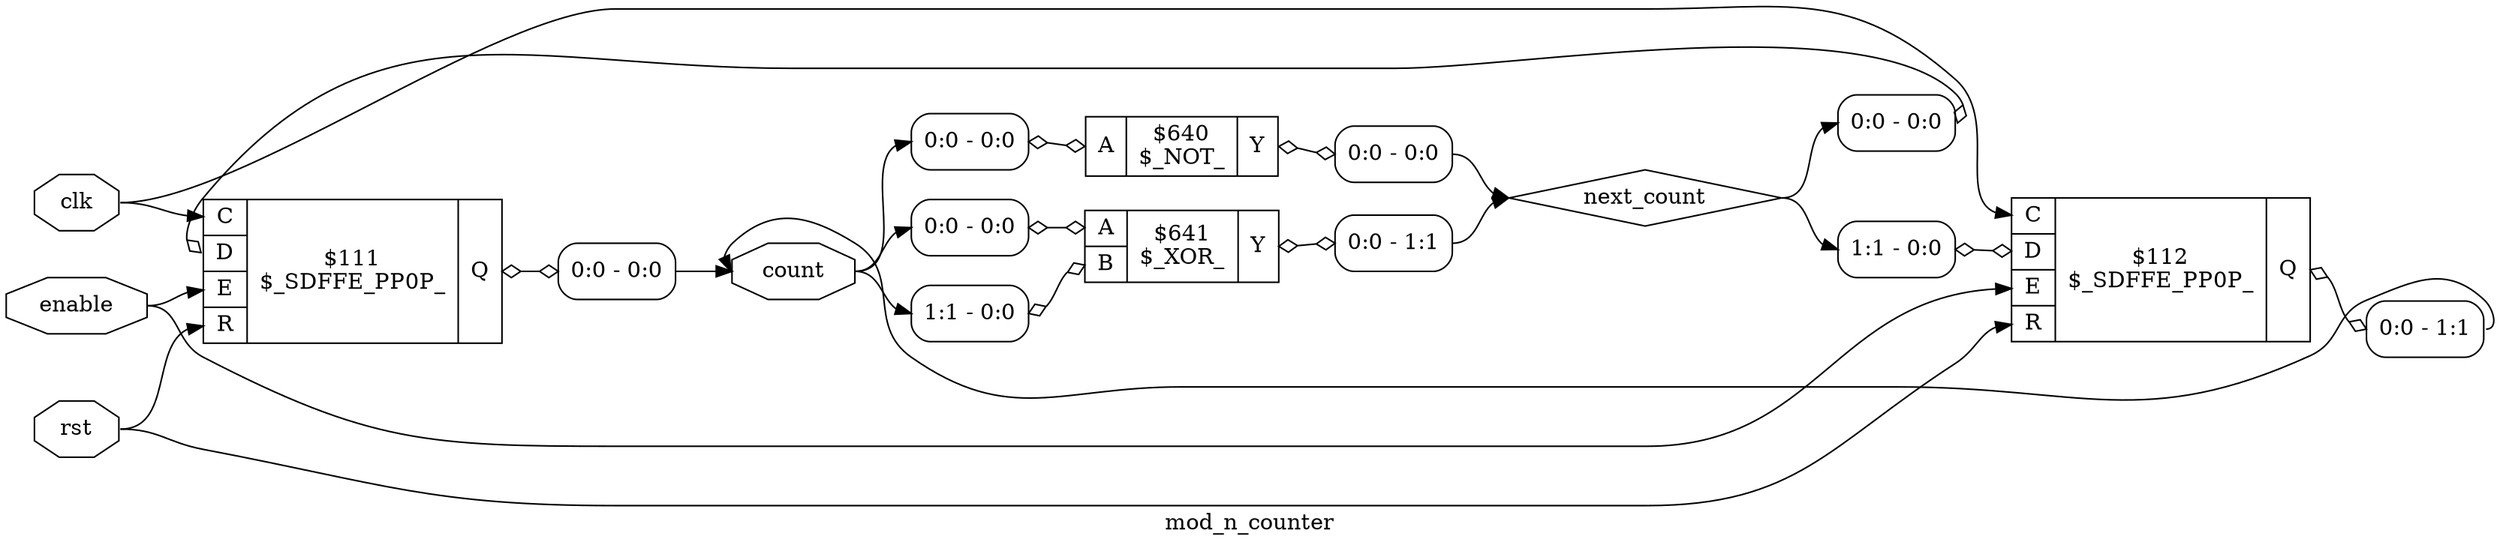
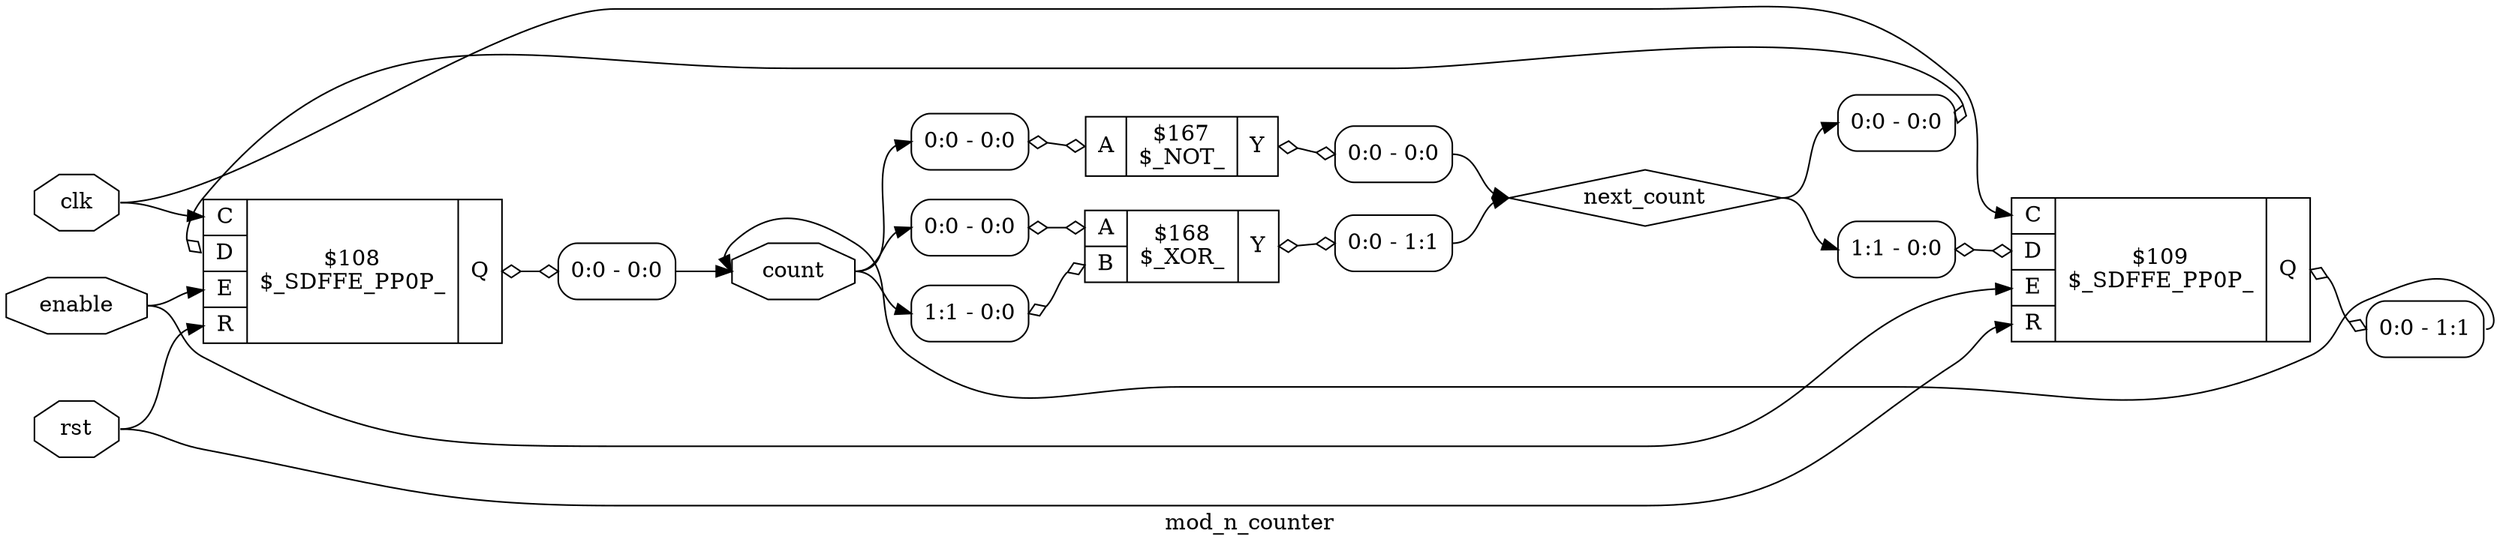
digraph "mod_n_counter" {
label="mod_n_counter";
rankdir="LR";
remincross=true;
n1 [ shape=octagon, label="clk", color="black", fontcolor="black" ];
n2 [ shape=octagon, label="count", color="black", fontcolor="black" ];
n3 [ shape=octagon, label="enable", color="black", fontcolor="black" ];
n4 [ shape=diamond, label="next_count", color="black", fontcolor="black" ];
n5 [ shape=octagon, label="rst", color="black", fontcolor="black" ];
- c8 [ shape=record, label="{{<p6> A}|$640\n$_NOT_|{<p7> Y}}",  ];
+ c8 [ shape=record, label="{{<p6> A}|$167\n$_NOT_|{<p7> Y}}",  ];
x0 [ shape=record, style=rounded, label="<s0> 0:0 - 0:0 ", color="black", fontcolor="black" ];
x0:e -> c8:p6:w [arrowhead=odiamond, arrowtail=odiamond, dir=both, color="black", fontcolor="black", label=""];
x1 [ shape=record, style=rounded, label="<s0> 0:0 - 0:0 ", color="black", fontcolor="black" ];
c8:p7:e -> x1:w [arrowhead=odiamond, arrowtail=odiamond, dir=both, color="black", fontcolor="black", label=""];
- c10 [ shape=record, label="{{<p6> A|<p9> B}|$641\n$_XOR_|{<p7> Y}}",  ];
+ c10 [ shape=record, label="{{<p6> A|<p9> B}|$168\n$_XOR_|{<p7> Y}}",  ];
x2 [ shape=record, style=rounded, label="<s0> 0:0 - 0:0 ", color="black", fontcolor="black" ];
x2:e -> c10:p6:w [arrowhead=odiamond, arrowtail=odiamond, dir=both, color="black", fontcolor="black", label=""];
x3 [ shape=record, style=rounded, label="<s0> 1:1 - 0:0 ", color="black", fontcolor="black" ];
x3:e -> c10:p9:w [arrowhead=odiamond, arrowtail=odiamond, dir=both, color="black", fontcolor="black", label=""];
x4 [ shape=record, style=rounded, label="<s0> 0:0 - 1:1 ", color="black", fontcolor="black" ];
c10:p7:e -> x4:w [arrowhead=odiamond, arrowtail=odiamond, dir=both, color="black", fontcolor="black", label=""];
- c16 [ shape=record, label="{{<p11> C|<p12> D|<p13> E|<p14> R}|$111\n$_SDFFE_PP0P_|{<p15> Q}}",  ];
+ c16 [ shape=record, label="{{<p11> C|<p12> D|<p13> E|<p14> R}|$108\n$_SDFFE_PP0P_|{<p15> Q}}",  ];
x5 [ shape=record, style=rounded, label="<s0> 0:0 - 0:0 ", color="black", fontcolor="black" ];
x5:e -> c16:p12:w [arrowhead=odiamond, arrowtail=odiamond, dir=both, color="black", fontcolor="black", label=""];
x6 [ shape=record, style=rounded, label="<s0> 0:0 - 0:0 ", color="black", fontcolor="black" ];
c16:p15:e -> x6:w [arrowhead=odiamond, arrowtail=odiamond, dir=both, color="black", fontcolor="black", label=""];
- c17 [ shape=record, label="{{<p11> C|<p12> D|<p13> E|<p14> R}|$112\n$_SDFFE_PP0P_|{<p15> Q}}",  ];
+ c17 [ shape=record, label="{{<p11> C|<p12> D|<p13> E|<p14> R}|$109\n$_SDFFE_PP0P_|{<p15> Q}}",  ];
x7 [ shape=record, style=rounded, label="<s0> 1:1 - 0:0 ", color="black", fontcolor="black" ];
x7:e -> c17:p12:w [arrowhead=odiamond, arrowtail=odiamond, dir=both, color="black", fontcolor="black", label=""];
x8 [ shape=record, style=rounded, label="<s0> 0:0 - 1:1 ", color="black", fontcolor="black" ];
c17:p15:e -> x8:w [arrowhead=odiamond, arrowtail=odiamond, dir=both, color="black", fontcolor="black", label=""];
n1:e -> c16:p11:w [color="black", fontcolor="black", label=""];
n1:e -> c17:p11:w [color="black", fontcolor="black", label=""];
x6:s0:e -> n2:w [color="black", fontcolor="black", label=""];
x8:s0:e -> n2:w [color="black", fontcolor="black", label=""];
n2:e -> x0:s0:w [color="black", fontcolor="black", label=""];
n2:e -> x2:s0:w [color="black", fontcolor="black", label=""];
n2:e -> x3:s0:w [color="black", fontcolor="black", label=""];
n3:e -> c16:p13:w [color="black", fontcolor="black", label=""];
n3:e -> c17:p13:w [color="black", fontcolor="black", label=""];
x1:s0:e -> n4:w [color="black", fontcolor="black", label=""];
x4:s0:e -> n4:w [color="black", fontcolor="black", label=""];
n4:e -> x5:s0:w [color="black", fontcolor="black", label=""];
n4:e -> x7:s0:w [color="black", fontcolor="black", label=""];
n5:e -> c16:p14:w [color="black", fontcolor="black", label=""];
n5:e -> c17:p14:w [color="black", fontcolor="black", label=""];
}
